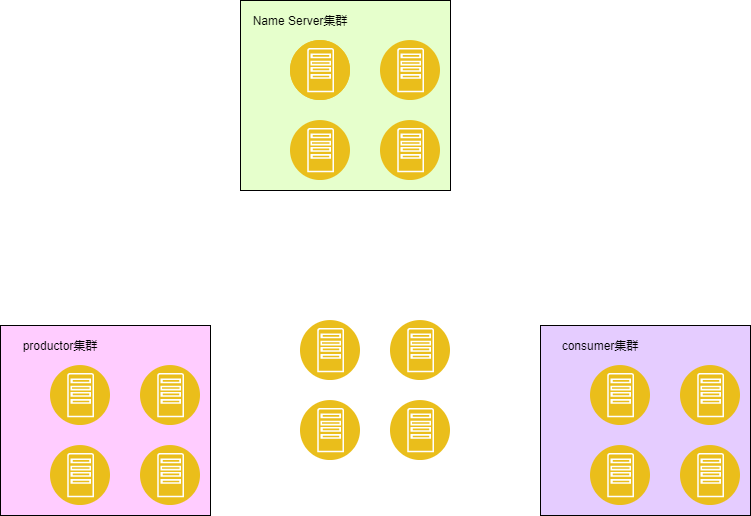
Earlier version of the draw.io export RocketMQ/测试.png (LePeitiPrince/note-picture). Source tidied: cells renumbered, new cells last; positions are measured from the earlier drawing's top-left corner, leaving out a move shared by most shapes.
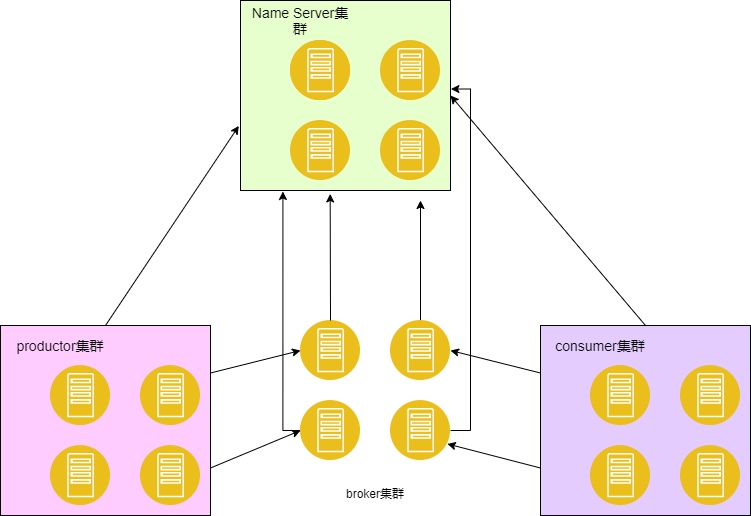
Later version of the same file.

Change to the diagram source:
```diff
@@ -17,9 +17,18 @@
     <mxCell id="6" style="perimeter=ellipsePerimeter;html=1;align=center;shadow=0;dashed=0;fontColor=#4277BB;labelBackgroundColor=#ffffff;fontSize=12;spacingTop=3;image;image=img/lib/ibm/applications/app_server.svg;fillColor=#E6FFCC;" parent="1" vertex="1">
       <mxGeometry x="380" y="120" width="60" height="60" as="geometry" />
     </mxCell>
-    <mxCell id="7" value="Name Server集群" style="text;html=1;strokeColor=none;fillColor=none;align=center;verticalAlign=middle;whiteSpace=wrap;rounded=0;" parent="1" vertex="1">
+    <mxCell id="7" value="Name Server集群" style="text;html=1;strokeColor=none;fillColor=none;align=center;verticalAlign=middle;whiteSpace=wrap;rounded=0;fontSize=14;" parent="1" vertex="1">
       <mxGeometry x="250" y="10" width="100" height="20" as="geometry" />
     </mxCell>
+    <mxCell id="25" style="rounded=0;jettySize=auto;html=1;exitX=0.5;exitY=0;exitDx=0;exitDy=0;entryX=-0.008;entryY=0.66;entryDx=0;entryDy=0;entryPerimeter=0;" parent="1" edge="1" source="8" target="2">
+      <mxGeometry relative="1" as="geometry" />
+    </mxCell>
+    <mxCell id="26" style="edgeStyle=none;rounded=0;jettySize=auto;html=1;exitX=1;exitY=0.25;exitDx=0;exitDy=0;entryX=0;entryY=0.5;entryDx=0;entryDy=0;" parent="1" edge="1" source="8" target="24">
+      <mxGeometry relative="1" as="geometry" />
+    </mxCell>
+    <mxCell id="27" style="edgeStyle=none;rounded=0;jettySize=auto;html=1;exitX=1;exitY=0.75;exitDx=0;exitDy=0;entryX=0;entryY=0.5;entryDx=0;entryDy=0;" parent="1" edge="1" source="8" target="22">
+      <mxGeometry relative="1" as="geometry" />
+    </mxCell>
     <mxCell id="8" style="rounded=0;whiteSpace=wrap;html=1;fillColor=#FFCCFF;" parent="1" vertex="1">
       <mxGeometry y="325" width="210" height="190" as="geometry" />
     </mxCell>
@@ -35,9 +44,18 @@
     <mxCell id="12" style="perimeter=ellipsePerimeter;html=1;align=center;shadow=0;dashed=0;fontColor=#4277BB;labelBackgroundColor=#ffffff;fontSize=12;spacingTop=3;image;image=img/lib/ibm/applications/app_server.svg;fillColor=#E6FFCC;" parent="1" vertex="1">
       <mxGeometry x="140" y="445" width="60" height="60" as="geometry" />
     </mxCell>
-    <mxCell id="13" value="productor集群" style="text;html=1;strokeColor=none;fillColor=none;align=center;verticalAlign=middle;whiteSpace=wrap;rounded=0;" parent="1" vertex="1">
+    <mxCell id="13" value="productor集群" style="text;html=1;strokeColor=none;fillColor=none;align=center;verticalAlign=middle;whiteSpace=wrap;rounded=0;fontSize=14;" parent="1" vertex="1">
       <mxGeometry x="10" y="335" width="100" height="20" as="geometry" />
     </mxCell>
+    <mxCell id="28" style="edgeStyle=none;rounded=0;jettySize=auto;html=1;exitX=0;exitY=0.25;exitDx=0;exitDy=0;entryX=1;entryY=0.5;entryDx=0;entryDy=0;" parent="1" edge="1" source="14" target="21">
+      <mxGeometry relative="1" as="geometry" />
+    </mxCell>
+    <mxCell id="29" style="edgeStyle=none;rounded=0;jettySize=auto;html=1;exitX=0;exitY=0.75;exitDx=0;exitDy=0;entryX=1;entryY=0.75;entryDx=0;entryDy=0;" parent="1" edge="1" source="14" target="23">
+      <mxGeometry relative="1" as="geometry" />
+    </mxCell>
+    <mxCell id="30" style="edgeStyle=none;rounded=0;jettySize=auto;html=1;exitX=0.5;exitY=0;exitDx=0;exitDy=0;entryX=1;entryY=0.5;entryDx=0;entryDy=0;" parent="1" edge="1" source="14" target="2">
+      <mxGeometry relative="1" as="geometry" />
+    </mxCell>
     <mxCell id="14" style="rounded=0;whiteSpace=wrap;html=1;fillColor=#E5CCFF;" parent="1" vertex="1">
       <mxGeometry x="540" y="325" width="210" height="190" as="geometry" />
     </mxCell>
@@ -53,23 +71,45 @@
     <mxCell id="18" style="perimeter=ellipsePerimeter;html=1;align=center;shadow=0;dashed=0;fontColor=#4277BB;labelBackgroundColor=#ffffff;fontSize=12;spacingTop=3;image;image=img/lib/ibm/applications/app_server.svg;fillColor=#E6FFCC;" parent="1" vertex="1">
       <mxGeometry x="680" y="445" width="60" height="60" as="geometry" />
     </mxCell>
-    <mxCell id="19" value="consumer集群" style="text;html=1;strokeColor=none;fillColor=none;align=center;verticalAlign=middle;whiteSpace=wrap;rounded=0;" parent="1" vertex="1">
+    <mxCell id="19" value="consumer集群" style="text;html=1;strokeColor=none;fillColor=none;align=center;verticalAlign=middle;whiteSpace=wrap;rounded=0;fontSize=14;" parent="1" vertex="1">
       <mxGeometry x="550" y="335" width="100" height="20" as="geometry" />
     </mxCell>
     <mxCell id="20" style="perimeter=ellipsePerimeter;html=1;align=center;shadow=0;dashed=0;fontColor=#4277BB;labelBackgroundColor=#ffffff;fontSize=12;spacingTop=3;image;image=img/lib/ibm/applications/app_server.svg;fillColor=#E6FFCC;" parent="1" vertex="1">
       <mxGeometry x="290" y="40" width="60" height="60" as="geometry" />
     </mxCell>
+    <mxCell id="31" style="edgeStyle=orthogonalEdgeStyle;rounded=0;jettySize=auto;html=1;exitX=0.5;exitY=0;exitDx=0;exitDy=0;" parent="1" edge="1" source="21">
+      <mxGeometry relative="1" as="geometry">
+        <mxPoint x="420" y="200" as="targetPoint" />
+      </mxGeometry>
+    </mxCell>
     <mxCell id="21" style="perimeter=ellipsePerimeter;html=1;align=center;shadow=0;dashed=0;fontColor=#4277BB;labelBackgroundColor=#ffffff;fontSize=12;spacingTop=3;image;image=img/lib/ibm/applications/app_server.svg;fillColor=#E6FFCC;" parent="1" vertex="1">
       <mxGeometry x="390" y="320" width="60" height="60" as="geometry" />
     </mxCell>
+    <mxCell id="32" style="edgeStyle=orthogonalEdgeStyle;rounded=0;jettySize=auto;html=1;exitX=0.5;exitY=0;exitDx=0;exitDy=0;entryX=0.202;entryY=1.005;entryDx=0;entryDy=0;entryPerimeter=0;" parent="1" edge="1" source="22" target="2">
+      <mxGeometry relative="1" as="geometry">
+        <Array as="points">
+          <mxPoint x="330" y="430" />
+          <mxPoint x="282" y="430" />
+        </Array>
+      </mxGeometry>
+    </mxCell>
     <mxCell id="22" style="perimeter=ellipsePerimeter;html=1;align=center;shadow=0;dashed=0;fontColor=#4277BB;labelBackgroundColor=#ffffff;fontSize=12;spacingTop=3;image;image=img/lib/ibm/applications/app_server.svg;fillColor=#E6FFCC;" parent="1" vertex="1">
       <mxGeometry x="300" y="400" width="60" height="60" as="geometry" />
     </mxCell>
+    <mxCell id="33" style="edgeStyle=orthogonalEdgeStyle;rounded=0;jettySize=auto;html=1;exitX=1;exitY=0.5;exitDx=0;exitDy=0;entryX=1.002;entryY=0.466;entryDx=0;entryDy=0;entryPerimeter=0;" parent="1" edge="1" source="23" target="2">
+      <mxGeometry relative="1" as="geometry" />
+    </mxCell>
     <mxCell id="23" style="perimeter=ellipsePerimeter;html=1;align=center;shadow=0;dashed=0;fontColor=#4277BB;labelBackgroundColor=#ffffff;fontSize=12;spacingTop=3;image;image=img/lib/ibm/applications/app_server.svg;fillColor=#E6FFCC;" parent="1" vertex="1">
       <mxGeometry x="390" y="400" width="60" height="60" as="geometry" />
     </mxCell>
     <mxCell id="24" style="perimeter=ellipsePerimeter;html=1;align=center;shadow=0;dashed=0;fontColor=#4277BB;labelBackgroundColor=#ffffff;fontSize=12;spacingTop=3;image;image=img/lib/ibm/applications/app_server.svg;fillColor=#E6FFCC;" parent="1" vertex="1">
       <mxGeometry x="300" y="320" width="60" height="60" as="geometry" />
     </mxCell>
+    <mxCell id="34" value="broker集群" style="text;html=1;strokeColor=none;fillColor=none;align=center;verticalAlign=middle;whiteSpace=wrap;rounded=0;" parent="1" vertex="1">
+      <mxGeometry x="320" y="480" width="110" height="25" as="geometry" />
+    </mxCell>
+    <mxCell id="35" style="endArrow=classic;html=1;entryX=0.427;entryY=1.018;entryDx=0;entryDy=0;entryPerimeter=0;exitX=0.5;exitY=0;exitDx=0;exitDy=0;" parent="1" edge="1" source="24" target="2">
+      <mxGeometry relative="1" as="geometry" />
+    </mxCell>
   </root>
 </mxGraphModel>
```
